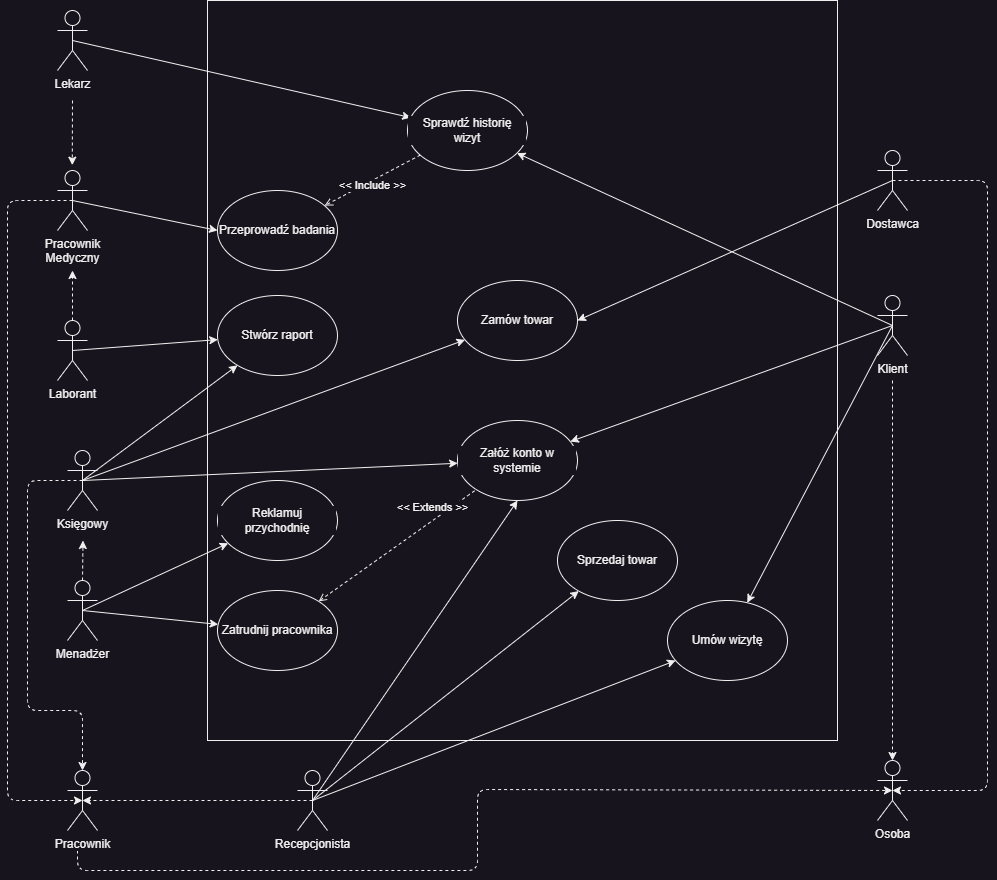
The draw.io diagram Imgaes/UC_Diagram.png in MarekMichali/vet-clinic, before a commit. Source tidied: cells renumbered, new cells last; positions are measured from the earlier drawing's top-left corner, leaving out a move shared by most shapes.
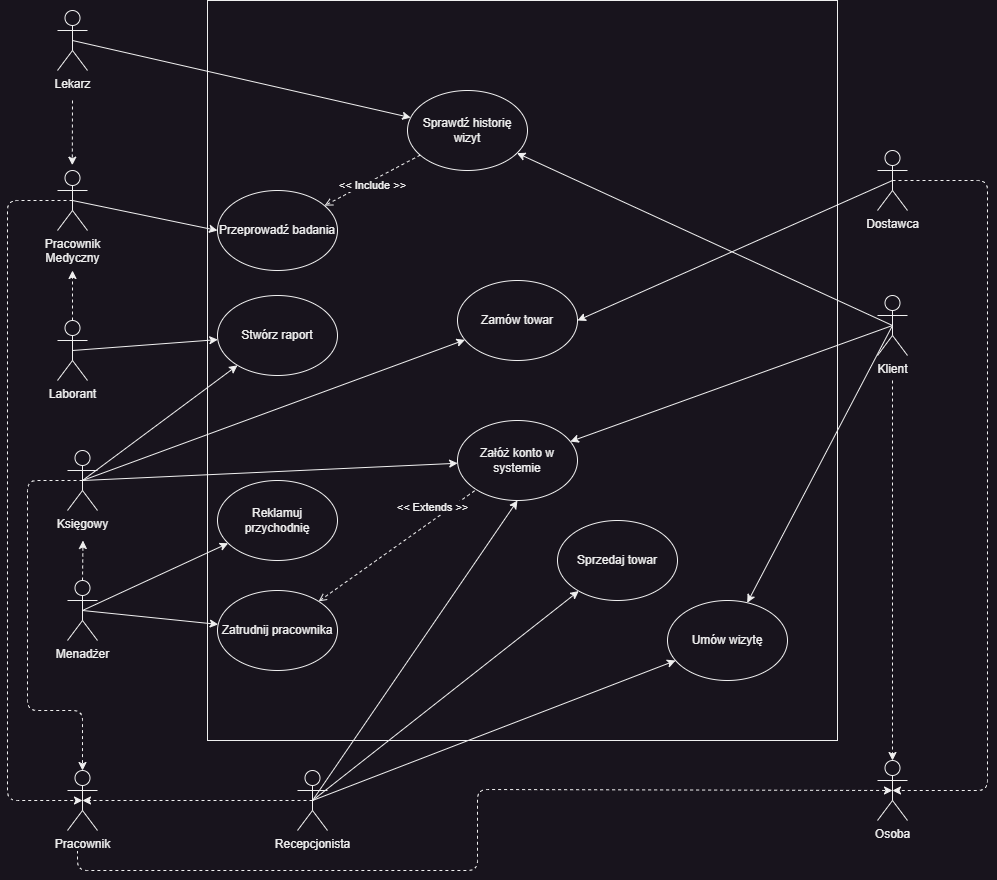
After the commit.

Change to the diagram source:
```diff
@@ -108,7 +108,7 @@
     <mxCell id="30" value="Księgowy" style="shape=umlActor;verticalLabelPosition=bottom;verticalAlign=top;html=1;outlineConnect=0;fillColor=#18141D;strokeColor=#F0F0F0;fontColor=#F0F0F0;labelBackgroundColor=#18141D;" parent="1" vertex="1">
       <mxGeometry x="60" y="450" width="30" height="60" as="geometry" />
     </mxCell>
-    <mxCell id="31" value="Załóż konto w systemie" style="ellipse;whiteSpace=wrap;html=1;fontColor=#F0F0F0;fillColor=#18141D;strokeColor=#F0F0F0;labelBackgroundColor=#18141D;" parent="1" vertex="1">
+    <mxCell id="31" value="Załóż konto w systemie" style="ellipse;whiteSpace=wrap;html=1;fontColor=#F0F0F0;fillColor=#18141D;strokeColor=#F0F0F0;labelBackgroundColor=none;" parent="1" vertex="1">
       <mxGeometry x="450" y="420" width="120" height="80" as="geometry" />
     </mxCell>
     <mxCell id="32" value="Umów wizytę" style="ellipse;whiteSpace=wrap;html=1;fontColor=#F0F0F0;fillColor=#18141D;strokeColor=#F0F0F0;labelBackgroundColor=#18141D;" parent="1" vertex="1">
@@ -126,13 +126,13 @@
     <mxCell id="36" value="&amp;lt;&amp;lt; Include &amp;gt;&amp;gt;" style="edgeLabel;html=1;align=center;verticalAlign=middle;fillColor=#18141D;strokeColor=#F0F0F0;fontColor=#F0F0F0;labelBackgroundColor=#18141D;" parent="35" vertex="1">
       <mxGeometry x="0.05" y="4" relative="1" as="geometry" />
     </mxCell>
-    <mxCell id="37" value="Sprawdź historię wizyt" style="ellipse;whiteSpace=wrap;html=1;fontColor=#F0F0F0;fillColor=#18141D;strokeColor=#F0F0F0;labelBackgroundColor=#18141D;" parent="1" vertex="1">
+    <mxCell id="37" value="Sprawdź historię wizyt" style="ellipse;whiteSpace=wrap;html=1;fontColor=#F0F0F0;fillColor=#18141D;strokeColor=#F0F0F0;labelBackgroundColor=none;" parent="1" vertex="1">
       <mxGeometry x="400" y="90" width="120" height="80" as="geometry" />
     </mxCell>
     <mxCell id="38" value="Sprzedaj towar" style="ellipse;whiteSpace=wrap;html=1;fontColor=#F0F0F0;fillColor=#18141D;strokeColor=#F0F0F0;labelBackgroundColor=#18141D;" parent="1" vertex="1">
       <mxGeometry x="550" y="520" width="120" height="80" as="geometry" />
     </mxCell>
-    <mxCell id="39" value="Reklamuj przychodnię" style="ellipse;whiteSpace=wrap;html=1;fontColor=#F0F0F0;fillColor=#18141D;strokeColor=#F0F0F0;labelBackgroundColor=#18141D;" parent="1" vertex="1">
+    <mxCell id="39" value="Reklamuj przychodnię" style="ellipse;whiteSpace=wrap;html=1;fontColor=#F0F0F0;fillColor=#18141D;strokeColor=#F0F0F0;labelBackgroundColor=none;" parent="1" vertex="1">
       <mxGeometry x="210" y="480" width="120" height="80" as="geometry" />
     </mxCell>
     <mxCell id="40" value="&amp;lt;&amp;lt; Extends &amp;gt;&amp;gt;" style="edgeStyle=none;html=1;dashed=1;endArrow=none;endFill=0;startArrow=open;startFill=0;fillColor=#18141D;strokeColor=#F0F0F0;fontColor=#F0F0F0;labelBackgroundColor=#18141D;" parent="1" edge="1" source="41" target="31">
@@ -143,7 +143,7 @@
     <mxCell id="41" value="Zatrudnij pracownika" style="ellipse;whiteSpace=wrap;html=1;fontColor=#F0F0F0;fillColor=#18141D;strokeColor=#F0F0F0;labelBackgroundColor=#18141D;" parent="1" vertex="1">
       <mxGeometry x="210" y="590" width="120" height="80" as="geometry" />
     </mxCell>
-    <mxCell id="42" value="Przeprowadź badania" style="ellipse;whiteSpace=wrap;html=1;fontColor=#F0F0F0;fillColor=#18141D;strokeColor=#F0F0F0;labelBackgroundColor=#18141D;" parent="1" vertex="1">
+    <mxCell id="42" value="Przeprowadź badania" style="ellipse;whiteSpace=wrap;html=1;fontColor=#F0F0F0;fillColor=#18141D;strokeColor=#F0F0F0;labelBackgroundColor=none;" parent="1" vertex="1">
       <mxGeometry x="210" y="190" width="120" height="80" as="geometry" />
     </mxCell>
     <mxCell id="43" style="edgeStyle=none;html=1;exitX=0.5;exitY=0.5;exitDx=0;exitDy=0;exitPerimeter=0;entryX=0;entryY=0.5;entryDx=0;entryDy=0;labelBackgroundColor=#18141D;fontColor=#F0F0F0;fillColor=#18141D;strokeColor=#F0F0F0;" parent="1" edge="1" source="45" target="42">
```
